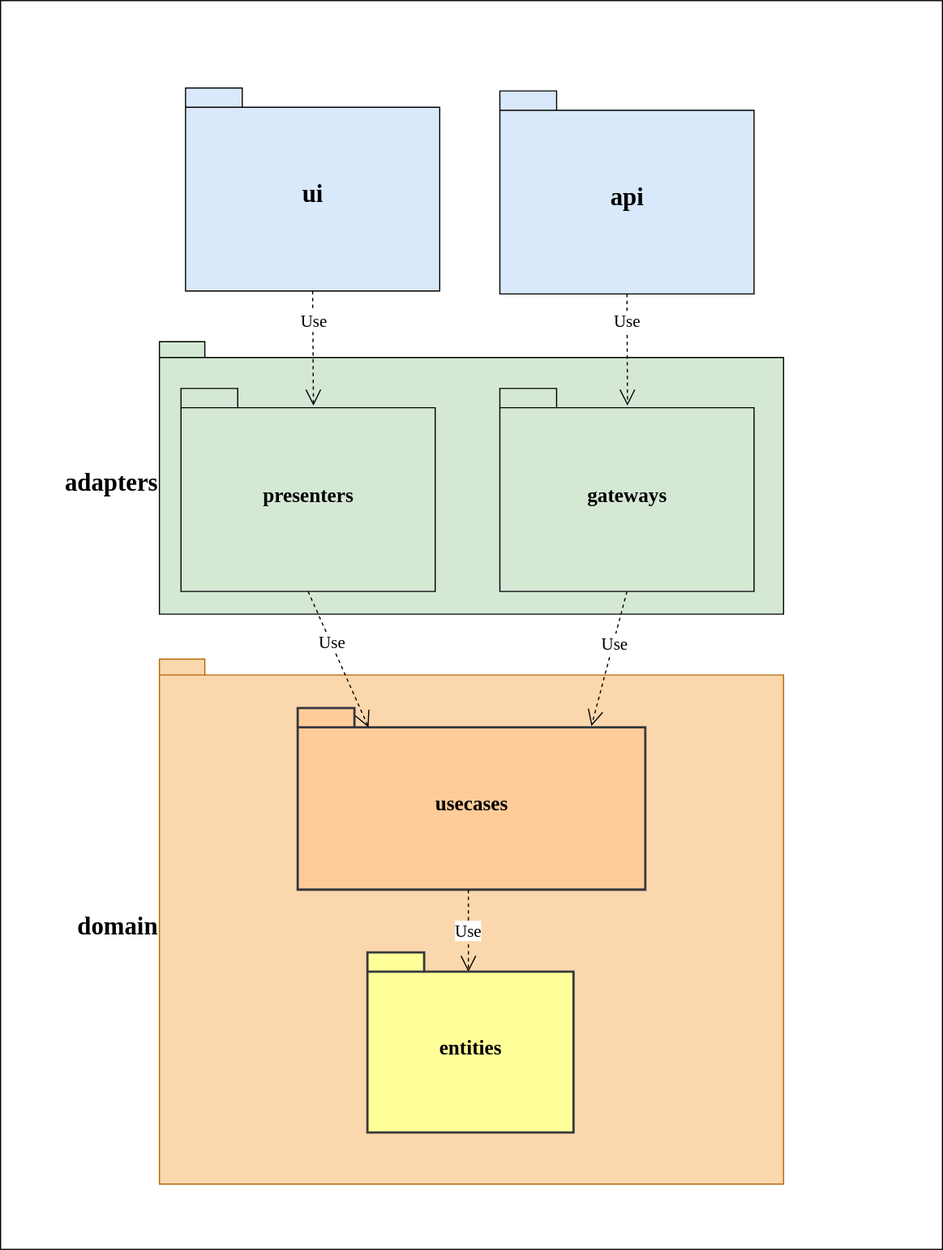
Above: app/diagrams/packages.uml.svg in softspiders/clean-architecture-counter-starters (draw.io), before the change. Source tidied: cells renumbered, new cells last; positions are measured from the earlier drawing's top-left corner, leaving out a move shared by most shapes. Source of this version:
```xml
<mxGraphModel background="#ffffff">
  <root>
    <mxCell id="0" />
    <mxCell id="1" parent="0" />
    <mxCell id="2" style="rounded=0;whiteSpace=wrap;html=1;fillColor=none;strokeColor=#000000;" parent="1" vertex="1">
      <mxGeometry width="830" height="1100" as="geometry" />
    </mxCell>
    <mxCell id="3" style="group;strokeColor=none;fillColor=#ffffff;" parent="1" vertex="1">
      <mxGeometry x="140" y="580" width="550" height="462.5" as="geometry" />
    </mxCell>
    <mxCell id="4" value="&lt;font style=&quot;font-size: 22px&quot;&gt;domain&lt;/font&gt;" style="shape=folder;fontStyle=1;spacingTop=10;tabWidth=40;tabHeight=14;tabPosition=left;html=1;fontSize=15;labelPosition=left;verticalLabelPosition=middle;align=right;verticalAlign=middle;fontFamily=Verdana;fillColor=#fad7ac;strokeColor=#b46504;" parent="3" vertex="1">
      <mxGeometry width="550" height="462.5" as="geometry" />
    </mxCell>
    <mxCell id="5" value="&lt;font style=&quot;font-size: 18px&quot;&gt;usecases&lt;/font&gt;" style="shape=folder;fontStyle=1;spacingTop=10;tabWidth=50;tabHeight=17;tabPosition=left;html=1;rounded=0;shadow=0;comic=0;labelBackgroundColor=none;strokeWidth=2;fontFamily=Verdana;fontSize=12;align=center;labelPosition=center;verticalLabelPosition=middle;verticalAlign=middle;fillColor=#ffcc99;strokeColor=#36393d;" parent="3" vertex="1">
      <mxGeometry x="121.8" y="43.1" width="306.3" height="160" as="geometry" />
    </mxCell>
    <mxCell id="6" value="Use" style="endArrow=open;endSize=12;dashed=1;html=1;fontFamily=Verdana;fontSize=15;entryX=0.49;entryY=0.108;entryDx=0;entryDy=0;entryPerimeter=0;exitX=0.491;exitY=1.001;exitDx=0;exitDy=0;exitPerimeter=0;" parent="3" edge="1" source="5" target="8">
      <mxGeometry relative="1" as="geometry" />
    </mxCell>
    <mxCell id="7" style="group;fontSize=13;labelPosition=center;verticalLabelPosition=middle;align=center;verticalAlign=middle;fillColor=none;strokeColor=none;strokeWidth=2;" parent="3" vertex="1">
      <mxGeometry x="129.5" y="246.7" width="285.4" height="182.1" as="geometry" />
    </mxCell>
    <mxCell id="8" value="&lt;font style=&quot;font-size: 18px&quot;&gt;entities&lt;/font&gt;" style="shape=folder;fontStyle=1;spacingTop=10;tabWidth=50;tabHeight=17;tabPosition=left;html=1;rounded=0;shadow=0;comic=0;labelBackgroundColor=none;strokeWidth=2;fontFamily=Verdana;fontSize=10;align=center;labelPosition=center;verticalLabelPosition=middle;verticalAlign=middle;fillColor=#FFFF99;strokeColor=#36393d;" parent="7" vertex="1">
      <mxGeometry x="53.8" y="11.7" width="181.6" height="158.7" as="geometry" />
    </mxCell>
    <mxCell id="9" value="&lt;font style=&quot;font-size: 22px&quot;&gt;adapters&lt;/font&gt;" style="shape=folder;fontStyle=1;spacingTop=10;tabWidth=40;tabHeight=14;tabPosition=left;html=1;fontSize=15;labelPosition=left;verticalLabelPosition=middle;align=right;verticalAlign=middle;fontFamily=Verdana;fillColor=#d5e8d4;strokeColor=#000000;" parent="1" vertex="1">
      <mxGeometry x="140" y="300.4" width="550" height="240" as="geometry" />
    </mxCell>
    <mxCell id="10" value="&lt;font style=&quot;font-size: 18px&quot;&gt;presenters&lt;/font&gt;" style="shape=folder;fontStyle=1;spacingTop=10;tabWidth=50;tabHeight=17;tabPosition=left;html=1;rounded=0;shadow=0;comic=0;labelBackgroundColor=none;strokeWidth=1;fontFamily=Verdana;fontSize=10;align=center;labelPosition=center;verticalLabelPosition=middle;verticalAlign=middle;fillColor=#d5e8d4;strokeColor=#000000;" parent="1" vertex="1">
      <mxGeometry x="159" y="341.6" width="224" height="178.8" as="geometry" />
    </mxCell>
    <mxCell id="11" style="group;fillColor=#d5e8d4;strokeColor=none;" parent="1" vertex="1">
      <mxGeometry x="440" y="341.6" width="224" height="178.8" as="geometry" />
    </mxCell>
    <mxCell id="12" value="&lt;font style=&quot;font-size: 18px&quot;&gt;gateways&lt;/font&gt;" style="shape=folder;fontStyle=1;spacingTop=10;tabWidth=50;tabHeight=17;tabPosition=left;html=1;rounded=0;shadow=0;comic=0;labelBackgroundColor=none;strokeWidth=1;fontFamily=Verdana;fontSize=10;align=center;labelPosition=center;verticalLabelPosition=middle;verticalAlign=middle;fillColor=#d5e8d4;strokeColor=#000000;" parent="11" vertex="1">
      <mxGeometry width="224" height="178.8" as="geometry" />
    </mxCell>
    <mxCell id="13" value="&lt;font style=&quot;font-size: 22px&quot;&gt;ui&lt;/font&gt;" style="shape=folder;fontStyle=1;spacingTop=10;tabWidth=50;tabHeight=17;tabPosition=left;html=1;rounded=0;shadow=0;comic=0;labelBackgroundColor=none;strokeWidth=1;fontFamily=Verdana;fontSize=18;align=center;labelPosition=center;verticalLabelPosition=middle;verticalAlign=middle;fillColor=#dae8fc;strokeColor=#000000;" parent="1" vertex="1">
      <mxGeometry x="163" y="77" width="224" height="178.8" as="geometry" />
    </mxCell>
    <mxCell id="14" value="Use" style="endArrow=open;endSize=12;dashed=1;html=1;fontFamily=Verdana;fontSize=15;exitX=0.5;exitY=1;exitDx=0;exitDy=0;exitPerimeter=0;entryX=0.521;entryY=0.085;entryDx=0;entryDy=0;entryPerimeter=0;" parent="1" edge="1" source="13" target="10">
      <mxGeometry x="-0.48" y="1" relative="1" as="geometry" />
    </mxCell>
    <mxCell id="15" value="Use" style="endArrow=open;endSize=12;dashed=1;html=1;fontFamily=Verdana;fontSize=15;exitX=0.5;exitY=1;exitDx=0;exitDy=0;exitPerimeter=0;entryX=0.845;entryY=0.099;entryDx=0;entryDy=0;entryPerimeter=0;" parent="1" edge="1" source="12" target="5">
      <mxGeometry x="-0.24" y="1" relative="1" as="geometry" />
    </mxCell>
    <mxCell id="16" value="Use" style="endArrow=open;endSize=12;dashed=1;html=1;fontFamily=Verdana;fontSize=15;exitX=0.5;exitY=1;exitDx=0;exitDy=0;exitPerimeter=0;entryX=0.502;entryY=0.085;entryDx=0;entryDy=0;entryPerimeter=0;" parent="1" edge="1" source="17" target="12">
      <mxGeometry x="-0.51" relative="1" as="geometry" />
    </mxCell>
    <mxCell id="17" value="&lt;font style=&quot;font-size: 22px&quot;&gt;api&lt;/font&gt;" style="shape=folder;fontStyle=1;spacingTop=10;tabWidth=50;tabHeight=17;tabPosition=left;html=1;rounded=0;shadow=0;comic=0;labelBackgroundColor=none;strokeWidth=1;fontFamily=Verdana;fontSize=18;align=center;labelPosition=center;verticalLabelPosition=middle;verticalAlign=middle;fillColor=#dae8fc;strokeColor=#000000;" parent="1" vertex="1">
      <mxGeometry x="440" y="79.6" width="224" height="178.8" as="geometry" />
    </mxCell>
    <mxCell id="18" value="Use" style="endArrow=open;endSize=12;dashed=1;html=1;fontFamily=Verdana;fontSize=15;exitX=0.5;exitY=1;exitDx=0;exitDy=0;exitPerimeter=0;entryX=0.204;entryY=0.107;entryDx=0;entryDy=0;entryPerimeter=0;" parent="1" edge="1" source="10" target="5">
      <mxGeometry x="-0.25" y="1" relative="1" as="geometry" />
    </mxCell>
  </root>
</mxGraphModel>
```
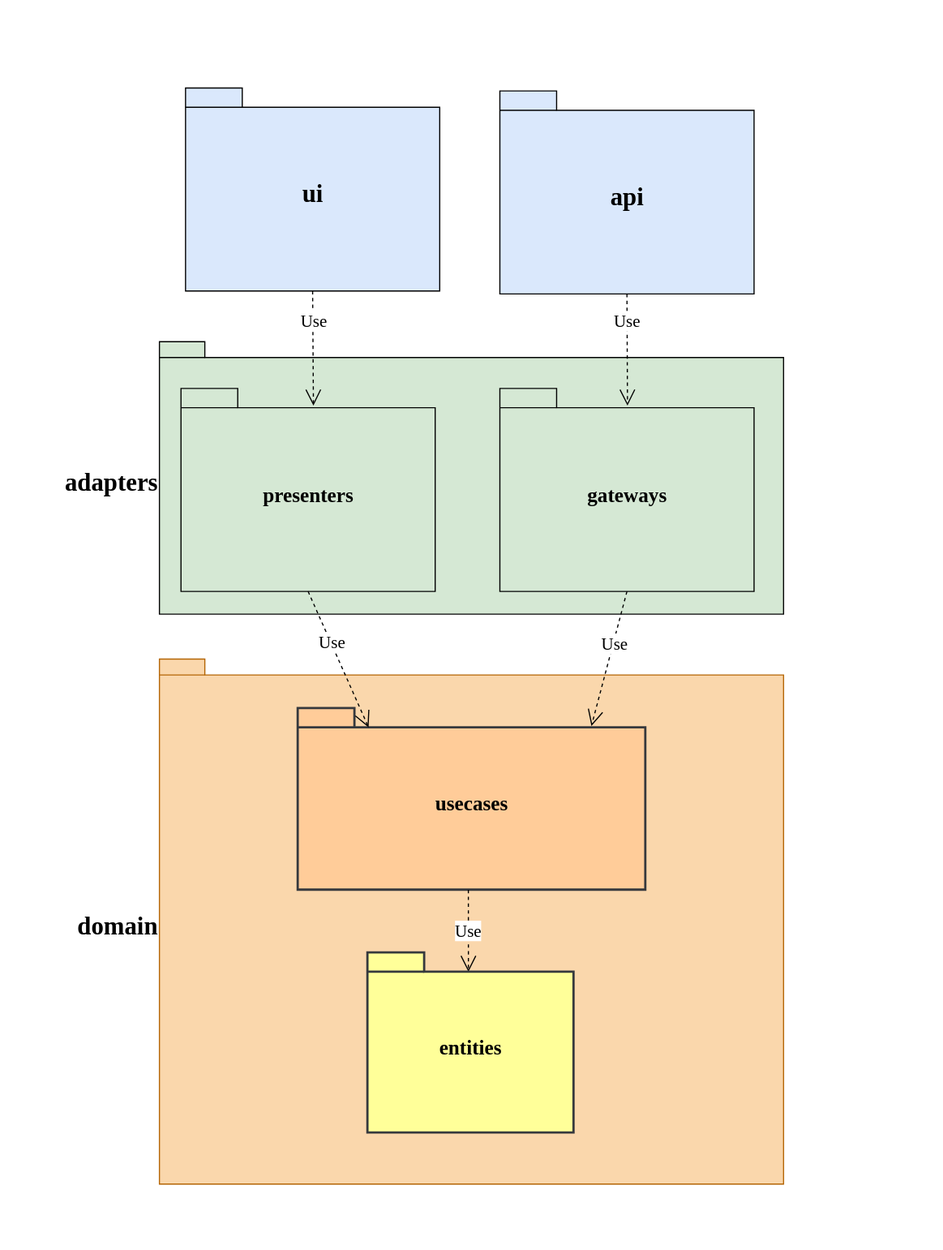
The same diagram one commit later.

What changed in the source:
```diff
@@ -2,7 +2,7 @@
   <root>
     <mxCell id="0" />
     <mxCell id="1" parent="0" />
-    <mxCell id="2" style="rounded=0;whiteSpace=wrap;html=1;fillColor=none;strokeColor=#000000;" parent="1" vertex="1">
+    <mxCell id="2" style="rounded=0;whiteSpace=wrap;html=1;fillColor=none;strokeColor=none;" parent="1" vertex="1">
       <mxGeometry width="830" height="1100" as="geometry" />
     </mxCell>
     <mxCell id="3" style="group;strokeColor=none;fillColor=#ffffff;" parent="1" vertex="1">
```
